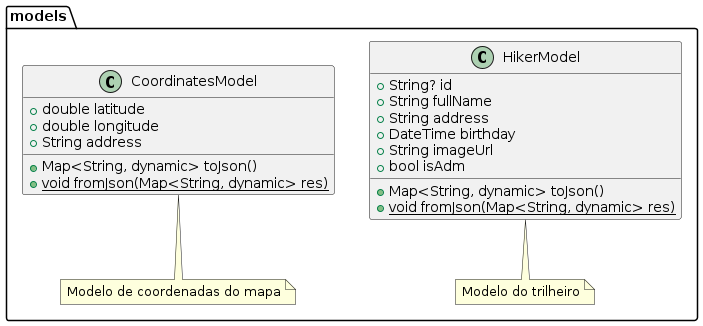
Earlier version of the PlantUML export docs/diagrams/out/pe_na_pedra_class_diagram_1.png (tiagors09/pe_na_pedra).
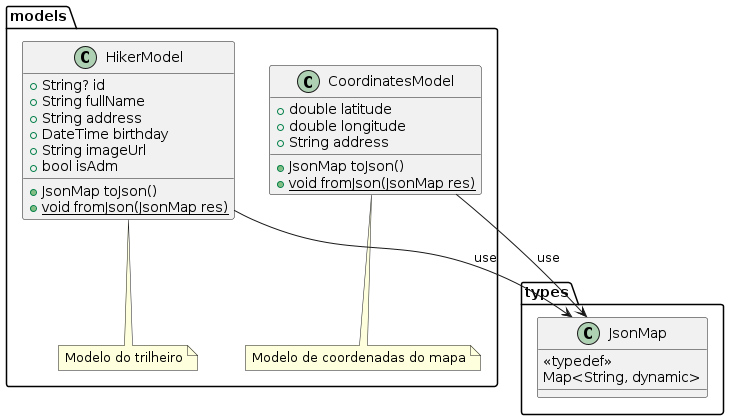
The same diagram one commit later.

Commit message:
docs: :memo: export class diagram 1

Diff of the diagram source:
```diff
@@ -1,4 +1,11 @@
 @startuml pe_na_pedra_class_diagram_1
+package types {
+  class JsonMap {
+    <<typedef>>
+    Map<String, dynamic>
+  }
+}
+
 package models {
   note "Modelo do trilheiro" as N1
   note "Modelo de coordenadas do mapa" as N2
@@ -10,19 +17,22 @@
     + DateTime birthday
     + String imageUrl
     + bool isAdm
-    + Map<String, dynamic> toJson()
-    + {static} void fromJson(Map<String, dynamic> res)
+    + JsonMap toJson()
+    + {static} void fromJson(JsonMap res)
   }
 
   class CoordinatesModel {
     + double latitude
     + double longitude
     + String address
-    + Map<String, dynamic> toJson()
-    + {static} void fromJson(Map<String, dynamic> res)
+    + JsonMap toJson()
+    + {static} void fromJson(JsonMap res)
   }
 
   HikerModel .. N1
   CoordinatesModel .. N2
+
+  HikerModel --> JsonMap : use
+  CoordinatesModel --> JsonMap : use
 }
 @enduml
```
